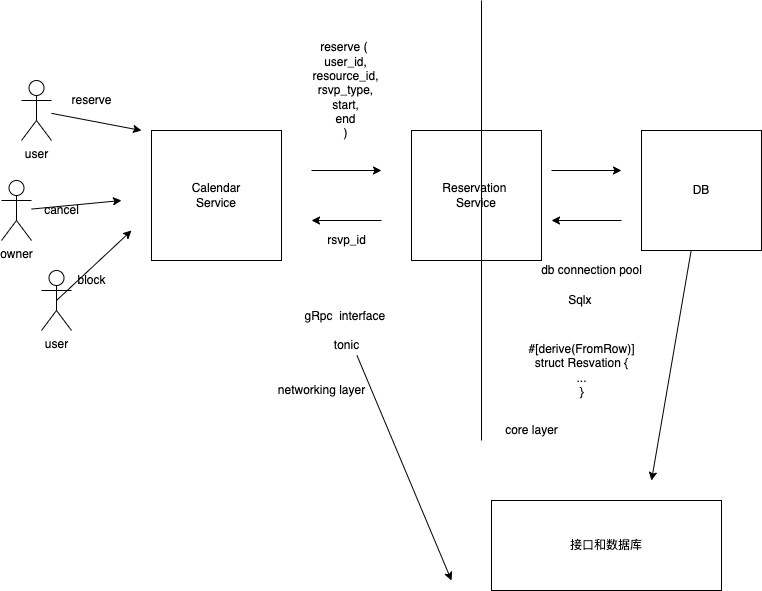
Earlier version of the draw.io export viesion.drawio.png (lc-1010/copy-cat-reservation). Source tidied: cells renumbered, new cells last; positions are measured from the earlier drawing's top-left corner, leaving out a move shared by most shapes.
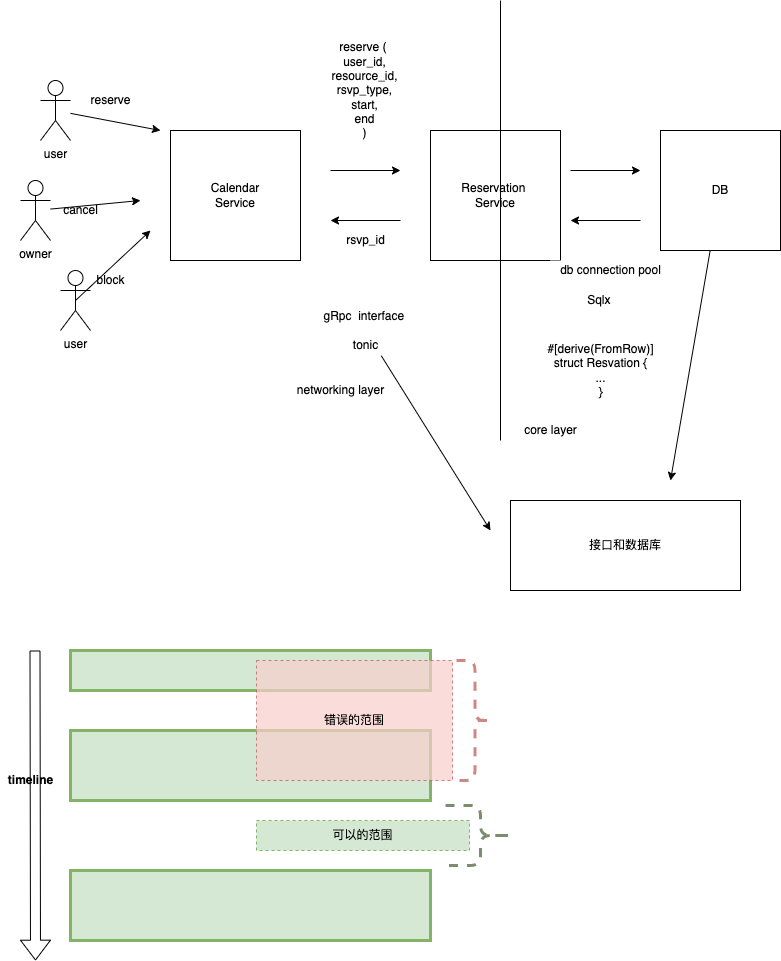
Later version of the same file.

Diff of the diagram source:
```diff
@@ -67,21 +67,21 @@
     <mxCell id="16" value="rsvp_id" style="text;html=1;align=center;verticalAlign=middle;strokeColor=none;fillColor=none;" parent="1" vertex="1">
       <mxGeometry x="320" y="230" width="50" height="20" as="geometry" />
     </mxCell>
-    <mxCell id="17" value="reserve (&amp;nbsp;&lt;br&gt;user_id,&lt;br&gt;resource_id,&lt;br&gt;rsvp_type,&lt;br&gt;start,&lt;br&gt;end&lt;br&gt;)" style="text;html=1;align=center;verticalAlign=middle;strokeColor=none;fillColor=none;" parent="1" vertex="1">
+    <mxCell id="17" value="reserve (&amp;nbsp;&lt;br&gt;user_id,&lt;br&gt;resource_id,&lt;br&gt;rsvp_type,&lt;br&gt;start,&lt;br&gt;end&lt;br&gt;)" style="text;html=1;align=center;verticalAlign=middle;strokeColor=none;fillColor=default;" parent="1" vertex="1">
       <mxGeometry x="304" y="40" width="80" height="100" as="geometry" />
     </mxCell>
     <mxCell id="18" style="edgeStyle=none;html=1;" parent="1" edge="1" source="19">
       <mxGeometry relative="1" as="geometry">
-        <mxPoint x="450" y="580" as="targetPoint" />
+        <mxPoint x="470" y="530" as="targetPoint" />
       </mxGeometry>
     </mxCell>
-    <mxCell id="19" value="gRpc&amp;nbsp; interface&amp;nbsp;&lt;br&gt;&lt;br&gt;tonic" style="text;html=1;align=center;verticalAlign=middle;points=[];strokeColor=none;fillColor=none;" parent="1" vertex="1">
+    <mxCell id="19" value="gRpc&amp;nbsp; interface&amp;nbsp;&lt;br&gt;&lt;br&gt;tonic" style="text;html=1;align=center;verticalAlign=middle;points=[];strokeColor=none;fillColor=default;" parent="1" vertex="1">
       <mxGeometry x="295" y="305" width="100" height="50" as="geometry" />
     </mxCell>
-    <mxCell id="20" value="Sqlx&amp;nbsp;&lt;br&gt;" style="text;html=1;align=center;verticalAlign=middle;strokeColor=none;fillColor=none;" parent="1" vertex="1">
+    <mxCell id="20" value="Sqlx&amp;nbsp;&lt;br&gt;" style="text;html=1;align=center;verticalAlign=middle;strokeColor=none;fillColor=default;" parent="1" vertex="1">
       <mxGeometry x="560" y="290" width="40" height="20" as="geometry" />
     </mxCell>
-    <mxCell id="21" value="db connection pool&lt;br&gt;" style="text;html=1;align=center;verticalAlign=middle;strokeColor=none;fillColor=none;" parent="1" vertex="1">
+    <mxCell id="21" value="db connection pool&lt;br&gt;" style="text;html=1;align=center;verticalAlign=middle;strokeColor=none;fillColor=default;" parent="1" vertex="1">
       <mxGeometry x="530" y="260" width="120" height="20" as="geometry" />
     </mxCell>
     <mxCell id="22" value="block&lt;br&gt;" style="text;html=1;align=center;verticalAlign=middle;strokeColor=none;fillColor=none;" parent="1" vertex="1">
@@ -93,10 +93,10 @@
     <mxCell id="24" value="reserve&lt;br&gt;" style="text;html=1;align=center;verticalAlign=middle;strokeColor=none;fillColor=none;" parent="1" vertex="1">
       <mxGeometry x="60" y="90" width="60" height="20" as="geometry" />
     </mxCell>
-    <mxCell id="25" value="#[derive(FromRow)]&lt;br&gt;struct Resvation {&lt;br&gt;...&lt;br&gt;}" style="text;html=1;align=center;verticalAlign=middle;strokeColor=none;fillColor=none;" parent="1" vertex="1">
+    <mxCell id="25" value="#[derive(FromRow)]&lt;br&gt;struct Resvation {&lt;br&gt;...&lt;br&gt;}" style="text;html=1;align=center;verticalAlign=middle;strokeColor=none;fillColor=default;" parent="1" vertex="1">
       <mxGeometry x="520" y="340" width="120" height="60" as="geometry" />
     </mxCell>
-    <mxCell id="26" value="networking layer" style="text;html=1;align=center;verticalAlign=middle;strokeColor=none;fillColor=none;" parent="1" vertex="1">
+    <mxCell id="26" value="networking layer" style="text;html=1;align=center;verticalAlign=middle;strokeColor=none;fillColor=default;" parent="1" vertex="1">
       <mxGeometry x="270" y="380" width="100" height="20" as="geometry" />
     </mxCell>
     <mxCell id="27" style="endArrow=none;html=1;" parent="1" edge="1">
@@ -111,5 +111,38 @@
     <mxCell id="29" value="接口和数据库" style="whiteSpace=wrap;html=1;" parent="1" vertex="1">
       <mxGeometry x="490" y="500" width="230" height="90" as="geometry" />
     </mxCell>
+    <mxCell id="30" style="whiteSpace=wrap;html=1;fillColor=#d5e8d4;strokeColor=#82b366;strokeWidth=3;" parent="1" vertex="1">
+      <mxGeometry x="50" y="650" width="360" height="40" as="geometry" />
+    </mxCell>
+    <mxCell id="31" style="shape=flexArrow;endArrow=classic;html=1;endWidth=19;endSize=6.27;" parent="1" edge="1">
+      <mxGeometry relative="1" as="geometry">
+        <mxPoint x="14.5" y="650" as="sourcePoint" />
+        <mxPoint x="15" y="960" as="targetPoint" />
+      </mxGeometry>
+    </mxCell>
+    <mxCell id="32" value="&lt;b&gt;timeline&lt;/b&gt;" style="text;html=1;align=center;verticalAlign=middle;strokeColor=none;fillColor=none;" parent="1" vertex="1">
+      <mxGeometry x="-20" y="770" width="60" height="20" as="geometry" />
+    </mxCell>
+    <mxCell id="33" style="whiteSpace=wrap;html=1;fillColor=#d5e8d4;strokeColor=#82b366;strokeWidth=3;" parent="1" vertex="1">
+      <mxGeometry x="50" y="730" width="360" height="70" as="geometry" />
+    </mxCell>
+    <mxCell id="34" style="whiteSpace=wrap;html=1;fillColor=#d5e8d4;strokeColor=#82b366;strokeWidth=3;" parent="1" vertex="1">
+      <mxGeometry x="50" y="870" width="360" height="70" as="geometry" />
+    </mxCell>
+    <mxCell id="35" value="错误的范围" style="whiteSpace=wrap;html=1;fillColor=#f8cecc;strokeColor=#b85450;strokeWidth=1;perimeterSpacing=0;opacity=70;dashed=1;" parent="1" vertex="1">
+      <mxGeometry x="236" y="660" width="196" height="120" as="geometry" />
+    </mxCell>
+    <mxCell id="36" style="edgeStyle=none;html=1;" parent="1" edge="1" source="37" target="38">
+      <mxGeometry relative="1" as="geometry" />
+    </mxCell>
+    <mxCell id="37" value="可以的范围" style="whiteSpace=wrap;html=1;fillColor=#d5e8d4;strokeColor=#82b366;dashed=1;" parent="1" vertex="1">
+      <mxGeometry x="236" y="820" width="213" height="30" as="geometry" />
+    </mxCell>
+    <mxCell id="38" style="shape=curlyBracket;whiteSpace=wrap;html=1;rounded=1;flipH=1;dashed=1;strokeWidth=3;fillColor=#d5e8d4;opacity=70;size=0.5;strokeColor=#435C34;" parent="1" vertex="1">
+      <mxGeometry x="425" y="805" width="70" height="60" as="geometry" />
+    </mxCell>
+    <mxCell id="39" style="shape=curlyBracket;whiteSpace=wrap;html=1;rounded=1;flipH=1;dashed=1;strokeWidth=3;fillColor=#f8cecc;opacity=70;strokeColor=#b85450;" parent="1" vertex="1">
+      <mxGeometry x="436" y="660" width="37" height="120" as="geometry" />
+    </mxCell>
   </root>
 </mxGraphModel>
```
